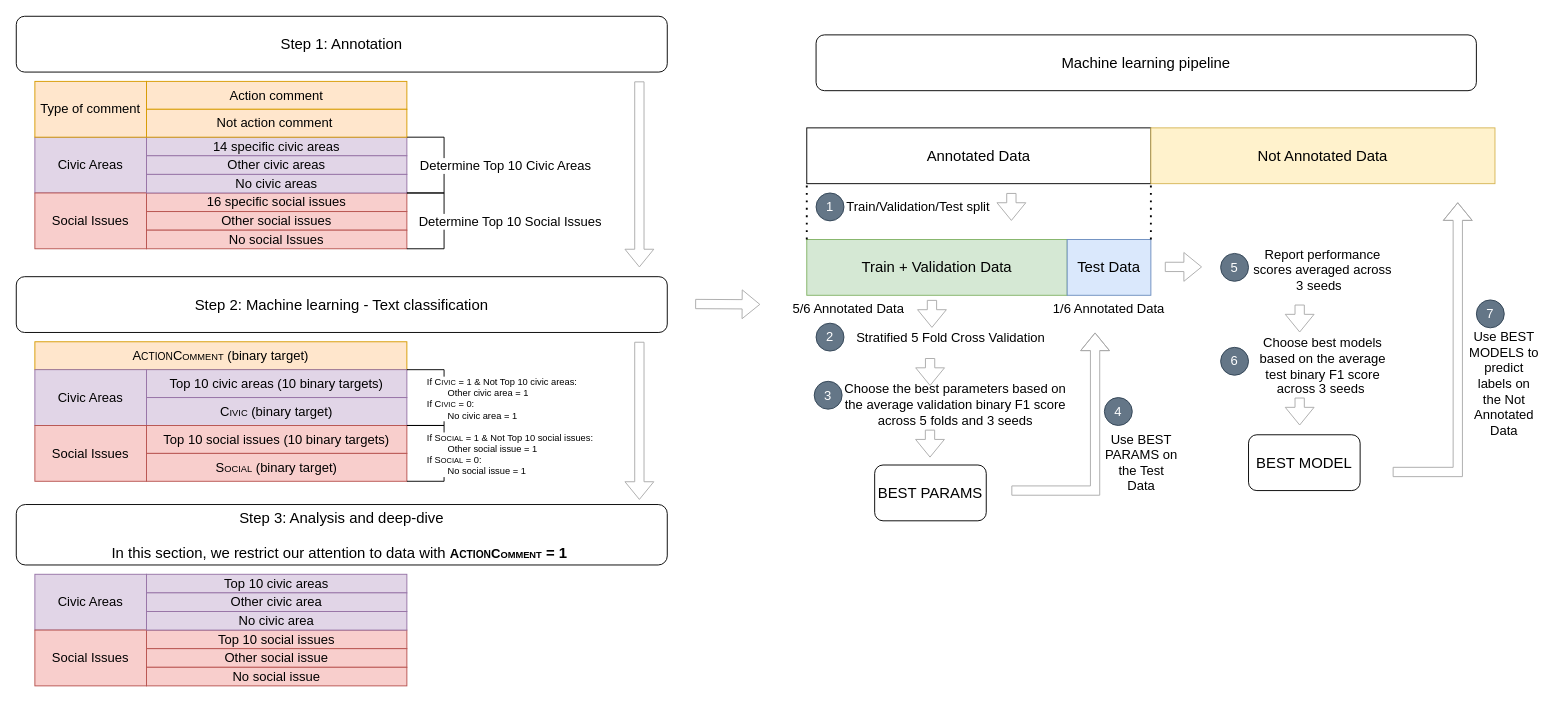
This is LocalGovKFold.drawio from changgge/changgge, a draw.io file, before an edit. Source tidied: cells renumbered, new cells numbered last; positions are measured from the earlier drawing's top-left corner, leaving out a move shared by most shapes. Both pictures are drawn from the tidied source at 93%, with x=0, y=0 at pixel (16, 16).
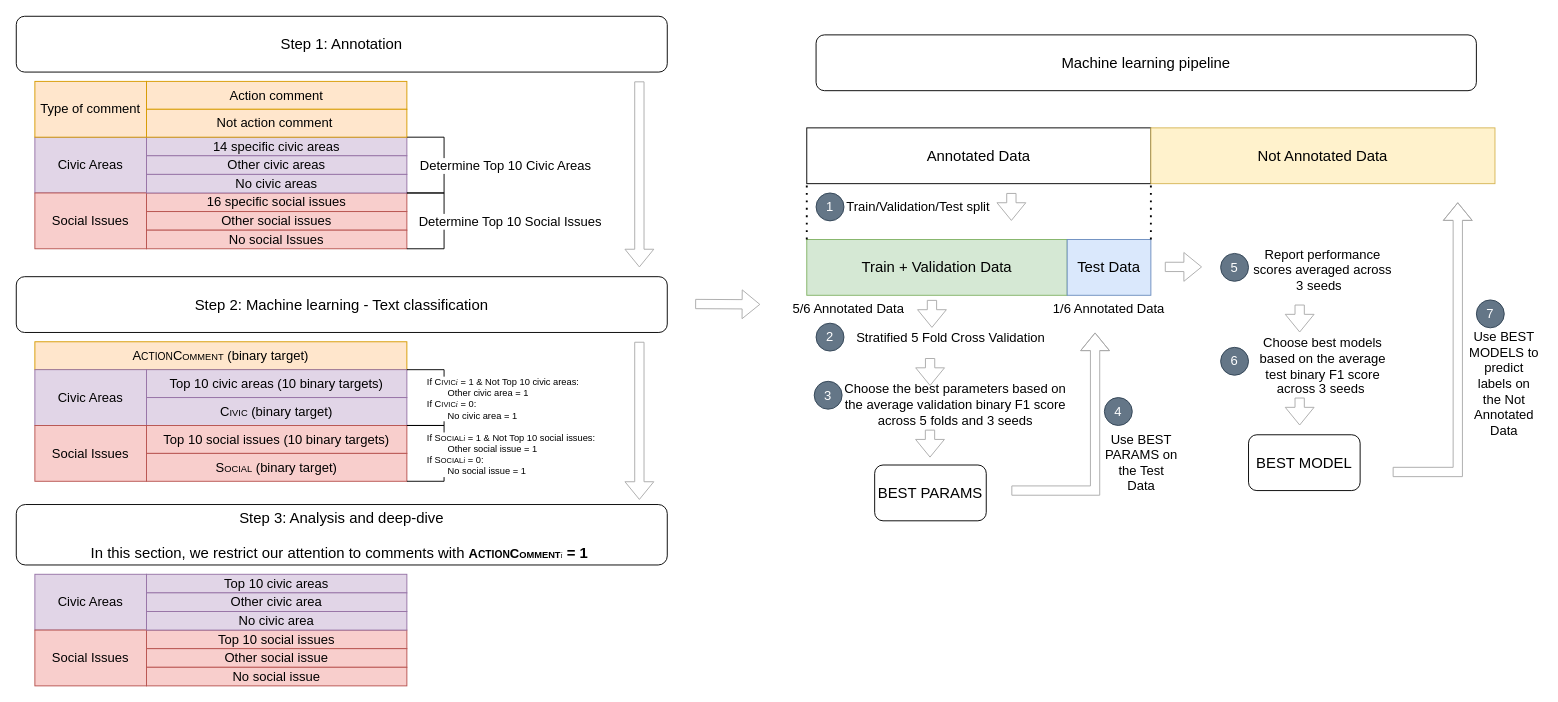
Above is the later version.

Unchanged cells that the change refers to:
```xml
<mxCell id="57" style="edgeStyle=orthogonalEdgeStyle;rounded=0;orthogonalLoop=1;jettySize=auto;html=1;exitX=1;exitY=1;exitDx=0;exitDy=0;entryX=1;entryY=0;entryDx=0;entryDy=0;endArrow=none;endFill=0;fontSize=14;" parent="1" edge="1">
  <mxGeometry relative="1" as="geometry">
    <mxPoint x="420" y="380" as="sourcePoint" />
    <mxPoint x="420" y="440" as="targetPoint" />
    <Array as="points">
      <mxPoint x="460" y="380" />
      <mxPoint x="460" y="440" />
    </Array>
  </mxGeometry>
</mxCell>
<mxCell id="62" style="edgeStyle=orthogonalEdgeStyle;rounded=0;orthogonalLoop=1;jettySize=auto;html=1;exitX=1;exitY=1;exitDx=0;exitDy=0;entryX=1;entryY=0;entryDx=0;entryDy=0;endArrow=none;endFill=0;fillColor=#f8cecc;strokeColor=light-dark(#000000, #d7817e);fontSize=14;" parent="1" edge="1">
  <mxGeometry relative="1" as="geometry">
    <mxPoint x="420" y="440" as="sourcePoint" />
    <mxPoint x="420" y="500" as="targetPoint" />
    <Array as="points">
      <mxPoint x="460" y="440" />
      <mxPoint x="460" y="500" />
    </Array>
  </mxGeometry>
</mxCell>
```

Change to the diagram source:
```diff
@@
-    <mxCell id="58" value="If C&lt;font style=&quot;font-size: 8px;&quot;&gt;IVIC&lt;/font&gt; = 1 &amp;amp; Not Top 10 civic areas:&amp;nbsp;&lt;div&gt;&lt;span style=&quot;white-space: pre;&quot;&gt;&#9;&lt;/span&gt;Other civic area = 1&lt;div&gt;If C&lt;font style=&quot;font-size: 8px;&quot;&gt;IVIC&lt;/font&gt; = 0:&amp;nbsp;&lt;/div&gt;&lt;div&gt;&lt;span style=&quot;white-space: pre;&quot;&gt;&#9;&lt;/span&gt;No civic area = 1&lt;/div&gt;&lt;/div&gt;" style="edgeLabel;html=1;align=left;verticalAlign=middle;fontSize=10;" parent="57" vertex="1">
+    <mxCell id="58" value="If C&lt;font style=&quot;font-size: 8px;&quot;&gt;IVIC&lt;font face=&quot;Times New Roman&quot;&gt;&lt;i&gt;i&lt;/i&gt;&lt;/font&gt;&lt;/font&gt; = 1 &amp;amp; Not Top 10 civic areas:&amp;nbsp;&lt;div&gt;&lt;span style=&quot;white-space: pre;&quot;&gt;&#9;&lt;/span&gt;Other civic area = 1&lt;div&gt;If C&lt;font style=&quot;font-size: 8px;&quot;&gt;IVIC&lt;/font&gt;&lt;i style=&quot;font-family: &amp;quot;Times New Roman&amp;quot;; font-size: 8px;&quot;&gt;i&lt;/i&gt;&amp;nbsp;= 0:&amp;nbsp;&lt;/div&gt;&lt;div&gt;&lt;span style=&quot;white-space: pre;&quot;&gt;&#9;&lt;/span&gt;No civic area = 1&lt;/div&gt;&lt;/div&gt;" style="edgeLabel;html=1;align=left;verticalAlign=middle;fontSize=10;" parent="57" vertex="1">
       <mxGeometry x="-0.03" relative="1" as="geometry">
         <mxPoint x="-20" y="2" as="offset" />
       </mxGeometry>
     </mxCell>
@@
-    <mxCell id="63" value="If S&lt;font style=&quot;font-size: 8px;&quot;&gt;OCIAL&lt;/font&gt;&amp;nbsp;= 1 &amp;amp; Not Top 10 social issues:&amp;nbsp;&lt;div&gt;&lt;span style=&quot;white-space: pre;&quot;&gt;&#9;&lt;/span&gt;Other social issue = 1&lt;div&gt;If S&lt;font style=&quot;font-size: 8px;&quot;&gt;OCIAL&lt;/font&gt; = 0:&amp;nbsp;&lt;/div&gt;&lt;div&gt;&lt;span style=&quot;white-space: pre;&quot;&gt;&#9;&lt;/span&gt;No social issue = 1&lt;/div&gt;&lt;/div&gt;" style="edgeLabel;html=1;align=left;verticalAlign=middle;fontSize=10;" parent="62" vertex="1">
+    <mxCell id="63" value="If S&lt;font style=&quot;font-size: 8px;&quot;&gt;OCIAL&lt;/font&gt;&lt;i style=&quot;font-family: &amp;quot;Times New Roman&amp;quot;; font-size: 8px;&quot;&gt;i&lt;/i&gt;&amp;nbsp;= 1 &amp;amp; Not Top 10 social issues:&amp;nbsp;&lt;div&gt;&lt;span style=&quot;white-space: pre;&quot;&gt;&#9;&lt;/span&gt;Other social issue = 1&lt;div&gt;If S&lt;font style=&quot;font-size: 8px;&quot;&gt;OCIAL&lt;/font&gt;&lt;i style=&quot;font-family: &amp;quot;Times New Roman&amp;quot;; font-size: 8px;&quot;&gt;i&lt;/i&gt;&amp;nbsp;= 0:&amp;nbsp;&lt;/div&gt;&lt;div&gt;&lt;span style=&quot;white-space: pre;&quot;&gt;&#9;&lt;/span&gt;No social issue = 1&lt;/div&gt;&lt;/div&gt;" style="edgeLabel;html=1;align=left;verticalAlign=middle;fontSize=10;" parent="62" vertex="1">
       <mxGeometry x="-0.03" relative="1" as="geometry">
         <mxPoint x="-20" y="2" as="offset" />
       </mxGeometry>
     </mxCell>
-    <mxCell id="64" value="Step 3: Analysis and deep-dive&lt;div&gt;&lt;br&gt;&lt;/div&gt;&lt;div&gt;In this section, we restrict our attention to data with&amp;nbsp;&lt;b&gt;&lt;span style=&quot;font-size: 14px;&quot;&gt;A&lt;/span&gt;&lt;font style=&quot;font-size: 11px;&quot;&gt;CTION&lt;/font&gt;&lt;span style=&quot;font-size: 14px;&quot;&gt;C&lt;/span&gt;&lt;font style=&quot;font-size: 10px;&quot;&gt;OMMENT&lt;/font&gt;&lt;/b&gt;&lt;span style=&quot;background-color: light-dark(#ffffff, var(--ge-dark-color, #121212));&quot;&gt;&lt;b&gt;&amp;nbsp;= 1&amp;nbsp;&lt;/b&gt;&lt;/span&gt;&lt;/div&gt;" style="rounded=1;whiteSpace=wrap;html=1;fontSize=16;" parent="1" vertex="1">
+    <mxCell id="64" value="Step 3: Analysis and deep-dive&lt;div&gt;&lt;br&gt;&lt;/div&gt;&lt;div&gt;In this section, we restrict our attention to comments with&amp;nbsp;&lt;b&gt;&lt;span style=&quot;font-size: 14px;&quot;&gt;A&lt;/span&gt;&lt;font style=&quot;font-size: 11px;&quot;&gt;CTION&lt;/font&gt;&lt;span style=&quot;font-size: 14px;&quot;&gt;C&lt;/span&gt;&lt;font style=&quot;font-size: 10px;&quot;&gt;OMMENT&lt;/font&gt;&lt;/b&gt;&lt;i style=&quot;white-space: nowrap; font-family: &amp;quot;Times New Roman&amp;quot;; font-size: 8px; text-align: left;&quot;&gt;i&lt;/i&gt;&lt;b style=&quot;background-color: rgb(255, 255, 255);&quot;&gt;&amp;nbsp;= 1&amp;nbsp;&lt;/b&gt;&lt;/div&gt;" style="rounded=1;whiteSpace=wrap;html=1;fontSize=16;" parent="1" vertex="1">
       <mxGeometry y="525" width="700" height="65" as="geometry" />
     </mxCell>
```
